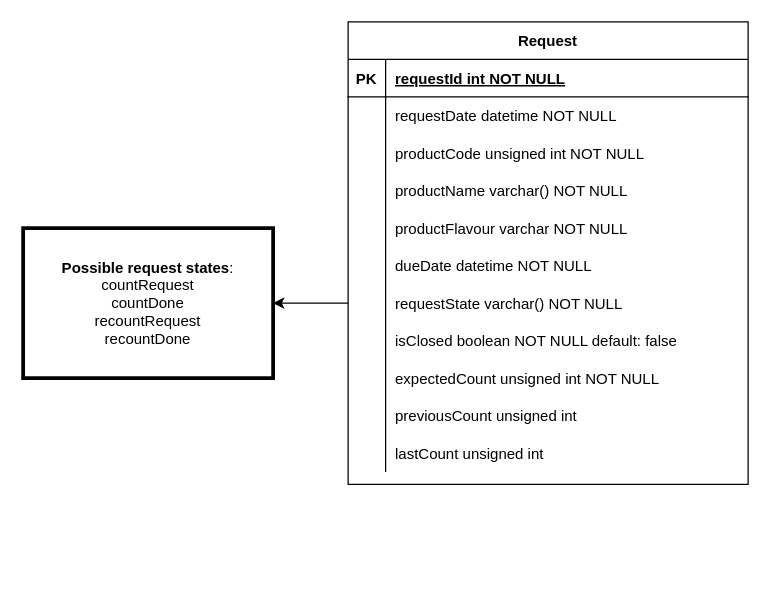
The draw.io diagram doc/Warehouse product recounter ER diagram.drawio in francescobilotta/Warehouse-request-product-counting, before the edit. Source tidied: cells renumbered, new cells numbered last; positions are measured from the earlier drawing's top-left corner, leaving out a move shared by most shapes. Both pictures are drawn from the tidied source at 125%, with x=0, y=0 at pixel (22, 21).
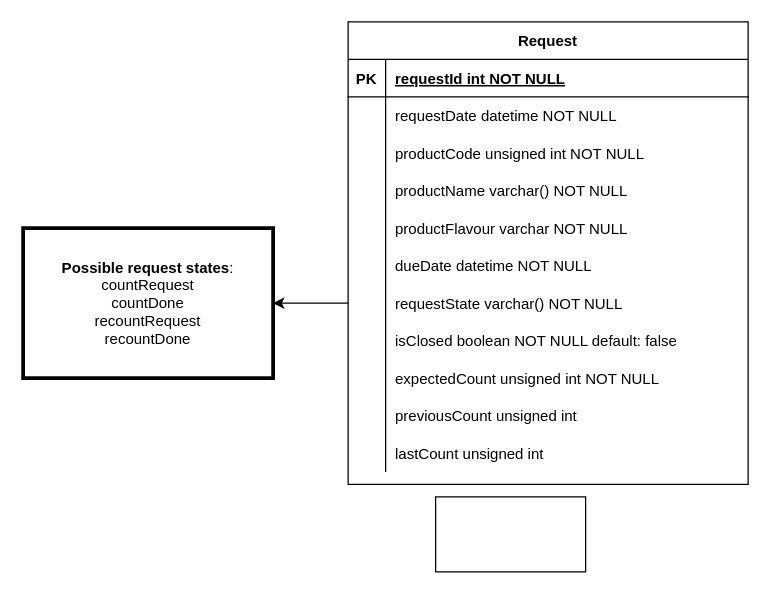
After the change.

What changed in the source:
```diff
@@
+    <mxCell id="38" style="whiteSpace=wrap;html=1;" parent="1" vertex="1">
+      <mxGeometry x="330" y="380" width="120" height="60" as="geometry" />
+    </mxCell>
```
